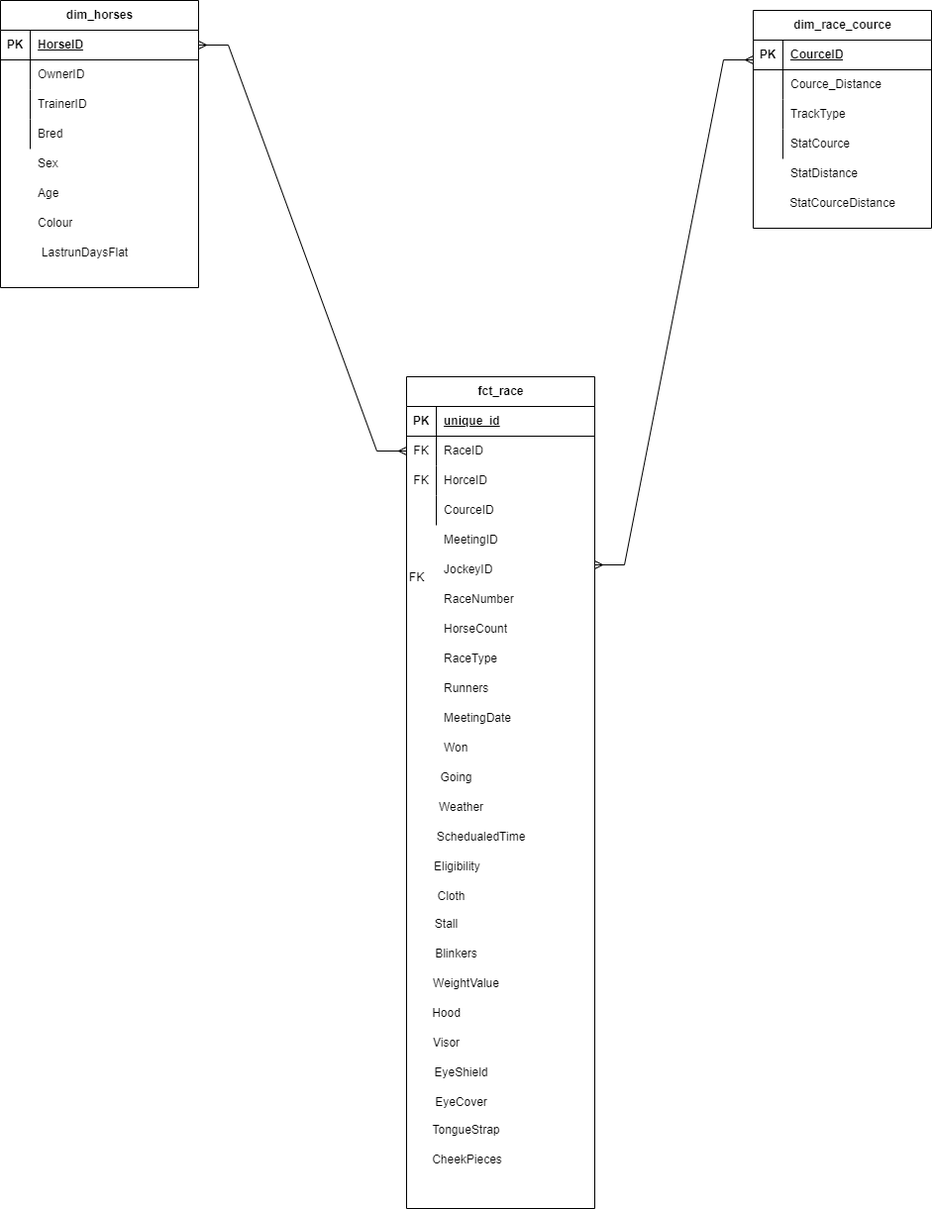
This is Horses_diagram.drawio.png from stiliyana-monev/starling_task, a draw.io export, as it was before one commit. Source tidied: cells renumbered, new cells last; positions are measured from the earlier drawing's top-left corner, leaving out a move shared by most shapes.
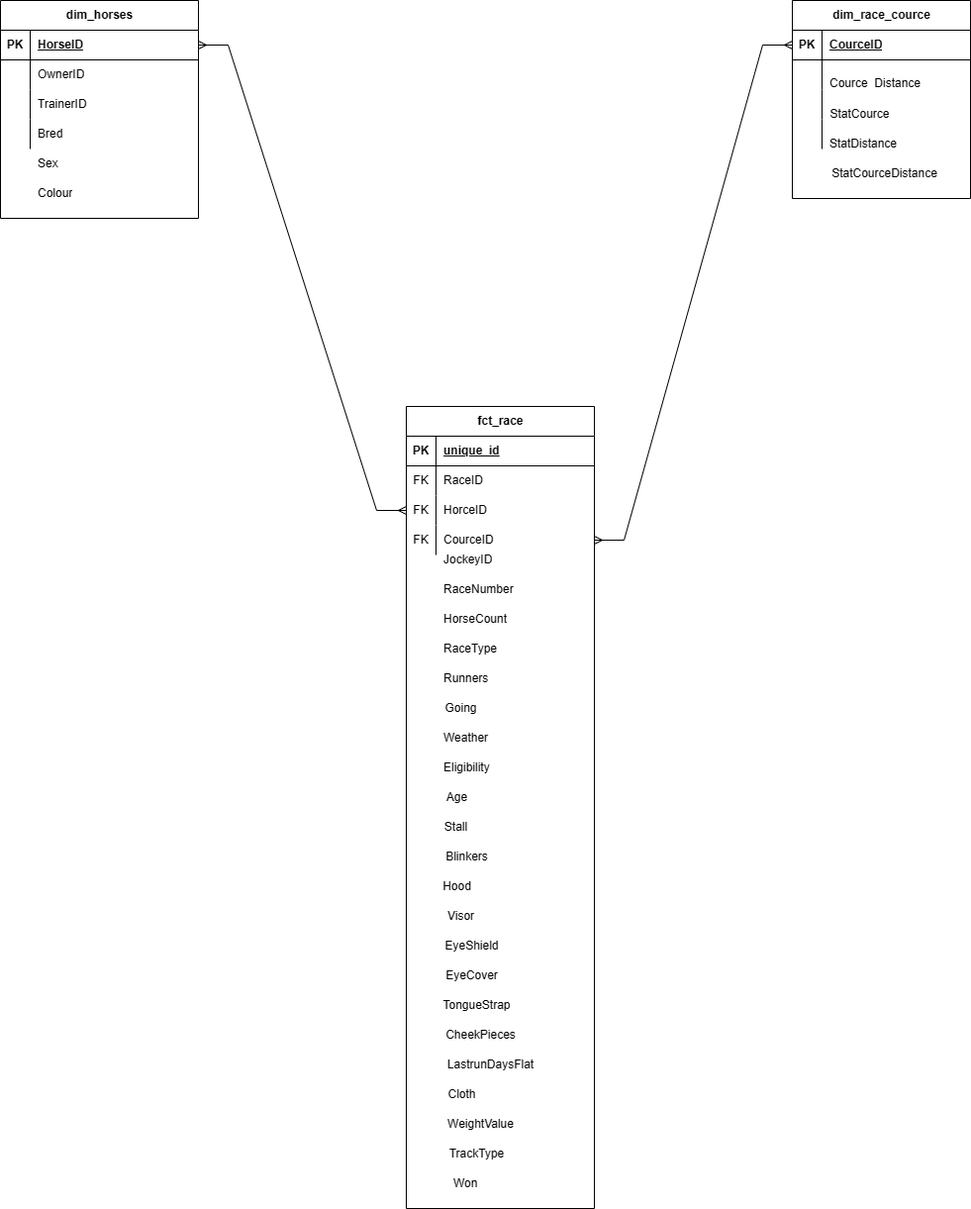
After the commit.

Change to the diagram source:
```diff
@@ -3,7 +3,7 @@
     <mxCell id="0" />
     <mxCell id="1" parent="0" />
     <mxCell id="2" value="dim_horses" style="shape=table;startSize=30;rowLines=0;fontStyle=1;align=center;html=1;" parent="1" vertex="1">
-      <mxGeometry width="200" height="290" as="geometry" />
+      <mxGeometry y="10" width="200" height="220" as="geometry" />
     </mxCell>
     <mxCell id="3" style="shape=tableRow;horizontal=0;startSize=0;swimlaneHead=0;swimlaneBody=0;fillColor=none;points=[[0,0.5],[1,0.5]];portConstraint=eastwest;top=0;left=0;right=0;bottom=1;" parent="2" vertex="1">
       <mxGeometry y="30" width="200" height="30" as="geometry" />
@@ -42,16 +42,16 @@
       <mxGeometry x="30" width="170" height="30" as="geometry" />
     </mxCell>
     <mxCell id="15" value="Bred" style="shape=partialRectangle;fillColor=none;top=0;left=0;bottom=0;right=0;align=left;spacingLeft=6;overflow=hidden;whiteSpace=wrap;html=1;" parent="1" vertex="1">
-      <mxGeometry x="30" y="120" width="170" height="30" as="geometry" />
+      <mxGeometry x="30" y="130" width="170" height="30" as="geometry" />
     </mxCell>
     <mxCell id="16" value="Sex" style="shape=partialRectangle;fillColor=none;top=0;left=0;bottom=0;right=0;align=left;spacingLeft=6;overflow=hidden;whiteSpace=wrap;html=1;" parent="1" vertex="1">
-      <mxGeometry x="30" y="150" width="170" height="30" as="geometry" />
+      <mxGeometry x="30" y="160" width="170" height="30" as="geometry" />
     </mxCell>
     <mxCell id="17" value="Colour" style="shape=partialRectangle;fillColor=none;top=0;left=0;bottom=0;right=0;align=left;spacingLeft=6;overflow=hidden;whiteSpace=wrap;html=1;" parent="1" vertex="1">
-      <mxGeometry x="30" y="210" width="170" height="30" as="geometry" />
+      <mxGeometry x="30" y="190" width="170" height="30" as="geometry" />
     </mxCell>
     <mxCell id="18" value="fct_race" style="shape=table;startSize=30;rowLines=0;fontStyle=1;align=center;html=1;" parent="1" vertex="1">
-      <mxGeometry x="410" y="380" width="190" height="840" as="geometry" />
+      <mxGeometry x="410" y="420" width="190" height="810" as="geometry" />
     </mxCell>
     <mxCell id="19" style="shape=tableRow;horizontal=0;startSize=0;swimlaneHead=0;swimlaneBody=0;fillColor=none;top=0;left=0;right=0;bottom=1;" parent="18" vertex="1">
       <mxGeometry y="30" width="190" height="30" as="geometry" />
@@ -83,15 +83,12 @@
     <mxCell id="28" style="shape=tableRow;horizontal=0;startSize=0;swimlaneHead=0;swimlaneBody=0;fillColor=none;points=[[0,0.5],[1,0.5]];portConstraint=eastwest;top=0;left=0;right=0;bottom=0;" parent="18" vertex="1">
       <mxGeometry y="120" width="190" height="30" as="geometry" />
     </mxCell>
-    <mxCell id="29" style="shape=partialRectangle;fillColor=none;top=0;left=0;bottom=0;right=0;overflow=hidden;whiteSpace=wrap;html=1;" parent="28" vertex="1">
+    <mxCell id="29" value="FK" style="shape=partialRectangle;fillColor=none;top=0;left=0;bottom=0;right=0;overflow=hidden;whiteSpace=wrap;html=1;" parent="28" vertex="1">
       <mxGeometry width="30" height="30" as="geometry" />
     </mxCell>
     <mxCell id="30" value="CourceID" style="shape=partialRectangle;fillColor=none;top=0;left=0;bottom=0;right=0;align=left;spacingLeft=6;overflow=hidden;whiteSpace=wrap;html=1;" parent="28" vertex="1">
       <mxGeometry x="30" width="160" height="30" as="geometry" />
     </mxCell>
-    <mxCell id="31" value="Age" style="shape=partialRectangle;fillColor=none;top=0;left=0;bottom=0;right=0;align=left;spacingLeft=6;overflow=hidden;whiteSpace=wrap;html=1;" parent="1" vertex="1">
-      <mxGeometry x="30" y="170" width="170" height="50" as="geometry" />
-    </mxCell>
     <mxCell id="32" value="RaceNumber" style="shape=partialRectangle;fillColor=none;top=0;left=0;bottom=0;right=0;align=left;spacingLeft=6;overflow=hidden;whiteSpace=wrap;html=1;" parent="1" vertex="1">
       <mxGeometry x="440" y="590" width="160" height="30" as="geometry" />
     </mxCell>
@@ -105,25 +102,22 @@
       <mxGeometry x="440" y="650" width="160" height="30" as="geometry" />
     </mxCell>
     <mxCell id="36" value="Eligibility" style="shape=partialRectangle;fillColor=none;top=0;left=0;bottom=0;right=0;align=left;spacingLeft=6;overflow=hidden;whiteSpace=wrap;html=1;" parent="1" vertex="1">
-      <mxGeometry x="430" y="860" width="160" height="30" as="geometry" />
+      <mxGeometry x="440" y="770" width="160" height="30" as="geometry" />
     </mxCell>
-    <mxCell id="37" value="MeetingDate" style="shape=partialRectangle;fillColor=none;top=0;left=0;bottom=0;right=0;align=left;spacingLeft=6;overflow=hidden;whiteSpace=wrap;html=1;" parent="1" vertex="1">
-      <mxGeometry x="440" y="710" width="160" height="30" as="geometry" />
-    </mxCell>
     <mxCell id="38" value="JockeyID" style="shape=partialRectangle;fillColor=none;top=0;left=0;bottom=0;right=0;align=left;spacingLeft=6;overflow=hidden;whiteSpace=wrap;html=1;" parent="1" vertex="1">
       <mxGeometry x="440" y="560" width="160" height="30" as="geometry" />
     </mxCell>
     <mxCell id="39" value="Won" style="shape=partialRectangle;fillColor=none;top=0;left=0;bottom=0;right=0;align=left;spacingLeft=6;overflow=hidden;whiteSpace=wrap;html=1;" parent="1" vertex="1">
-      <mxGeometry x="440" y="740" width="160" height="30" as="geometry" />
+      <mxGeometry x="450" y="1190" width="160" height="30" as="geometry" />
     </mxCell>
     <mxCell id="40" value="Going" style="text;html=1;align=center;verticalAlign=middle;strokeColor=none;fillColor=none;" parent="1" vertex="1">
-      <mxGeometry x="430" y="770" width="60" height="30" as="geometry" />
+      <mxGeometry x="435" y="710" width="60" height="30" as="geometry" />
     </mxCell>
     <mxCell id="41" value="Weather" style="text;html=1;align=center;verticalAlign=middle;strokeColor=none;fillColor=none;" parent="1" vertex="1">
-      <mxGeometry x="430" y="800" width="70" height="30" as="geometry" />
+      <mxGeometry x="435" y="740" width="70" height="30" as="geometry" />
     </mxCell>
     <mxCell id="42" value="dim_race_cource" style="shape=table;startSize=30;rowLines=0;fontStyle=1;align=center;html=1;" parent="1" vertex="1">
-      <mxGeometry x="760" y="10" width="180" height="220" as="geometry" />
+      <mxGeometry x="800" y="10" width="180" height="200" as="geometry" />
     </mxCell>
     <mxCell id="43" style="shape=tableRow;horizontal=0;startSize=0;swimlaneHead=0;swimlaneBody=0;fillColor=none;points=[[0,0.5],[1,0.5]];portConstraint=eastwest;top=0;left=0;right=0;bottom=1;" parent="42" vertex="1">
       <mxGeometry y="30" width="180" height="30" as="geometry" />
@@ -140,7 +134,7 @@
     <mxCell id="47" style="shape=partialRectangle;fillColor=none;top=0;left=0;bottom=0;right=0;overflow=hidden;whiteSpace=wrap;html=1;" parent="46" vertex="1">
       <mxGeometry width="30" height="30" as="geometry" />
     </mxCell>
-    <mxCell id="48" value="Cource_Distance" style="shape=partialRectangle;fillColor=none;top=0;left=0;bottom=0;right=0;align=left;spacingLeft=6;overflow=hidden;whiteSpace=wrap;html=1;" parent="46" vertex="1">
+    <mxCell id="48" value="&lt;br&gt;Cource_Distance" style="shape=partialRectangle;fillColor=none;top=0;left=0;bottom=0;right=0;align=left;spacingLeft=6;overflow=hidden;whiteSpace=wrap;html=1;" parent="46" vertex="1">
       <mxGeometry x="30" width="150" height="30" as="geometry" />
     </mxCell>
     <mxCell id="49" style="shape=tableRow;horizontal=0;startSize=0;swimlaneHead=0;swimlaneBody=0;fillColor=none;top=0;left=0;right=0;bottom=0;" parent="42" vertex="1">
@@ -149,7 +143,7 @@
     <mxCell id="50" style="shape=partialRectangle;fillColor=none;top=0;left=0;bottom=0;right=0;overflow=hidden;whiteSpace=wrap;html=1;" parent="49" vertex="1">
       <mxGeometry width="30" height="30" as="geometry" />
     </mxCell>
-    <mxCell id="51" value="TrackType" style="shape=partialRectangle;fillColor=none;top=0;left=0;bottom=0;right=0;align=left;spacingLeft=6;overflow=hidden;whiteSpace=wrap;html=1;" parent="49" vertex="1">
+    <mxCell id="51" style="shape=partialRectangle;fillColor=none;top=0;left=0;bottom=0;right=0;align=left;spacingLeft=6;overflow=hidden;whiteSpace=wrap;html=1;" parent="49" vertex="1">
       <mxGeometry x="30" width="150" height="30" as="geometry" />
     </mxCell>
     <mxCell id="52" style="shape=tableRow;horizontal=0;startSize=0;swimlaneHead=0;swimlaneBody=0;fillColor=none;top=0;left=0;right=0;bottom=0;" parent="42" vertex="1">
@@ -158,12 +152,9 @@
     <mxCell id="53" style="shape=partialRectangle;fillColor=none;top=0;left=0;bottom=0;right=0;overflow=hidden;whiteSpace=wrap;html=1;" parent="52" vertex="1">
       <mxGeometry width="30" height="30" as="geometry" />
     </mxCell>
-    <mxCell id="54" value="StatCource" style="shape=partialRectangle;fillColor=none;top=0;left=0;bottom=0;right=0;align=left;spacingLeft=6;overflow=hidden;whiteSpace=wrap;html=1;" parent="52" vertex="1">
+    <mxCell id="54" style="shape=partialRectangle;fillColor=none;top=0;left=0;bottom=0;right=0;align=left;spacingLeft=6;overflow=hidden;whiteSpace=wrap;html=1;" parent="52" vertex="1">
       <mxGeometry x="30" width="150" height="30" as="geometry" />
     </mxCell>
-    <mxCell id="55" value="SchedualedTime" style="text;html=1;align=center;verticalAlign=middle;strokeColor=none;fillColor=none;" parent="1" vertex="1">
-      <mxGeometry x="430" y="830" width="110" height="30" as="geometry" />
-    </mxCell>
     <mxCell id="56" style="shape=tableRow;horizontal=0;startSize=0;swimlaneHead=0;swimlaneBody=0;fillColor=none;top=0;left=0;right=0;bottom=0;" parent="1" vertex="1">
       <mxGeometry x="640" y="150" width="180" height="30" as="geometry" />
     </mxCell>
@@ -171,58 +162,61 @@
       <mxGeometry width="30" height="30" as="geometry" />
     </mxCell>
     <mxCell id="58" value="StatCourceDistance" style="text;html=1;align=center;verticalAlign=middle;strokeColor=none;fillColor=none;" parent="1" vertex="1">
-      <mxGeometry x="785" y="190" width="130" height="30" as="geometry" />
+      <mxGeometry x="828" y="170" width="130" height="30" as="geometry" />
     </mxCell>
-    <mxCell id="59" style="edgeStyle=entityRelationEdgeStyle;fontSize=12;html=1;endArrow=ERmany;startArrow=ERmany;rounded=0;exitX=1;exitY=0.5;exitDx=0;exitDy=0;entryX=0;entryY=0.5;entryDx=0;entryDy=0;" parent="1" edge="1" source="3" target="22">
+    <mxCell id="59" style="edgeStyle=entityRelationEdgeStyle;fontSize=12;html=1;endArrow=ERmany;startArrow=ERmany;rounded=0;exitX=1;exitY=0.5;exitDx=0;exitDy=0;entryX=0;entryY=0.5;entryDx=0;entryDy=0;" parent="1" edge="1" source="3" target="25">
       <mxGeometry relative="1" as="geometry" />
     </mxCell>
     <mxCell id="60" value="StatDistance" style="shape=partialRectangle;fillColor=none;top=0;left=0;bottom=0;right=0;align=left;spacingLeft=6;overflow=hidden;whiteSpace=wrap;html=1;" parent="1" vertex="1">
-      <mxGeometry x="790" y="160" width="150" height="30" as="geometry" />
+      <mxGeometry x="830" y="140" width="150" height="30" as="geometry" />
     </mxCell>
-    <mxCell id="61" style="edgeStyle=entityRelationEdgeStyle;fontSize=12;html=1;endArrow=ERmany;startArrow=ERmany;rounded=0;" parent="1" edge="1">
-      <mxGeometry relative="1" as="geometry">
-        <mxPoint x="600" y="570" as="sourcePoint" />
-        <mxPoint x="760" y="60" as="targetPoint" />
-      </mxGeometry>
+    <mxCell id="61" style="edgeStyle=entityRelationEdgeStyle;fontSize=12;html=1;endArrow=ERmany;startArrow=ERmany;rounded=0;exitX=1;exitY=0.5;exitDx=0;exitDy=0;entryX=0;entryY=0.5;entryDx=0;entryDy=0;" parent="1" edge="1" source="28" target="43">
+      <mxGeometry relative="1" as="geometry" />
     </mxCell>
-    <mxCell id="62" value="FK" style="text;html=1;align=center;verticalAlign=middle;strokeColor=none;fillColor=none;" parent="1" vertex="1">
-      <mxGeometry x="400" y="568" width="40" height="30" as="geometry" />
-    </mxCell>
-    <mxCell id="63" value="LastrunDaysFlat" style="text;html=1;align=center;verticalAlign=middle;strokeColor=none;fillColor=none;" parent="1" vertex="1">
-      <mxGeometry x="30" y="240" width="110" height="30" as="geometry" />
-    </mxCell>
     <mxCell id="64" value="Cloth" style="text;html=1;align=center;verticalAlign=middle;strokeColor=none;fillColor=none;" parent="1" vertex="1">
-      <mxGeometry x="430" y="890" width="50" height="30" as="geometry" />
+      <mxGeometry x="441" y="1100" width="50" height="30" as="geometry" />
     </mxCell>
     <mxCell id="65" value="Stall" style="text;html=1;align=center;verticalAlign=middle;strokeColor=none;fillColor=none;" parent="1" vertex="1">
-      <mxGeometry x="425" y="918" width="50" height="30" as="geometry" />
+      <mxGeometry x="435" y="830" width="50" height="30" as="geometry" />
     </mxCell>
     <mxCell id="66" value="Blinkers" style="text;html=1;align=center;verticalAlign=middle;strokeColor=none;fillColor=none;" parent="1" vertex="1">
-      <mxGeometry x="425" y="948" width="70" height="30" as="geometry" />
+      <mxGeometry x="436" y="860" width="70" height="30" as="geometry" />
     </mxCell>
     <mxCell id="67" value="&lt;span style=&quot;text-align: left; text-wrap: wrap;&quot;&gt;WeightValue&lt;/span&gt;" style="text;html=1;align=center;verticalAlign=middle;strokeColor=none;fillColor=none;" parent="1" vertex="1">
-      <mxGeometry x="425" y="978" width="90" height="30" as="geometry" />
+      <mxGeometry x="440" y="1130" width="90" height="30" as="geometry" />
     </mxCell>
     <mxCell id="68" value="Hood" style="text;html=1;align=center;verticalAlign=middle;strokeColor=none;fillColor=none;" parent="1" vertex="1">
-      <mxGeometry x="425" y="1008" width="50" height="30" as="geometry" />
+      <mxGeometry x="436" y="890" width="50" height="30" as="geometry" />
     </mxCell>
     <mxCell id="69" value="Visor" style="text;html=1;align=center;verticalAlign=middle;strokeColor=none;fillColor=none;" parent="1" vertex="1">
-      <mxGeometry x="425" y="1038" width="50" height="30" as="geometry" />
+      <mxGeometry x="440" y="920" width="50" height="30" as="geometry" />
     </mxCell>
     <mxCell id="70" value="EyeShield" style="text;html=1;align=center;verticalAlign=middle;strokeColor=none;fillColor=none;" parent="1" vertex="1">
-      <mxGeometry x="425" y="1068" width="80" height="30" as="geometry" />
+      <mxGeometry x="436" y="950" width="80" height="30" as="geometry" />
     </mxCell>
     <mxCell id="71" value="EyeCover" style="text;html=1;align=center;verticalAlign=middle;strokeColor=none;fillColor=none;" parent="1" vertex="1">
-      <mxGeometry x="425" y="1098" width="80" height="30" as="geometry" />
+      <mxGeometry x="436" y="980" width="80" height="30" as="geometry" />
     </mxCell>
     <mxCell id="72" value="TongueStrap" style="text;html=1;align=center;verticalAlign=middle;strokeColor=none;fillColor=none;" parent="1" vertex="1">
-      <mxGeometry x="425" y="1126" width="90" height="30" as="geometry" />
+      <mxGeometry x="436" y="1010" width="90" height="30" as="geometry" />
     </mxCell>
     <mxCell id="73" value="CheekPieces" style="text;html=1;align=center;verticalAlign=middle;strokeColor=none;fillColor=none;" parent="1" vertex="1">
-      <mxGeometry x="426" y="1156" width="90" height="30" as="geometry" />
+      <mxGeometry x="440" y="1040" width="90" height="30" as="geometry" />
     </mxCell>
-    <mxCell id="74" value="MeetingID" style="shape=partialRectangle;fillColor=none;top=0;left=0;bottom=0;right=0;align=left;spacingLeft=6;overflow=hidden;whiteSpace=wrap;html=1;" parent="1" vertex="1">
+    <mxCell id="74" style="shape=partialRectangle;fillColor=none;top=0;left=0;bottom=0;right=0;align=left;spacingLeft=6;overflow=hidden;whiteSpace=wrap;html=1;" parent="1" vertex="1">
       <mxGeometry x="440" y="530" width="160" height="30" as="geometry" />
     </mxCell>
+    <mxCell id="63" value="LastrunDaysFlat" style="text;html=1;align=center;verticalAlign=middle;strokeColor=none;fillColor=none;" parent="1" vertex="1">
+      <mxGeometry x="440" y="1070" width="110" height="30" as="geometry" />
+    </mxCell>
+    <mxCell id="31" value="Age" style="text;html=1;align=center;verticalAlign=middle;strokeColor=none;fillColor=none;" parent="1" vertex="1">
+      <mxGeometry x="441" y="800" width="40" height="30" as="geometry" />
+    </mxCell>
+    <mxCell id="75" value="&lt;span style=&quot;text-align: left; text-wrap: wrap;&quot;&gt;StatCource&lt;/span&gt;" style="text;html=1;align=center;verticalAlign=middle;strokeColor=none;fillColor=none;" parent="1" vertex="1">
+      <mxGeometry x="828" y="110" width="80" height="30" as="geometry" />
+    </mxCell>
+    <mxCell id="76" value="&lt;span style=&quot;text-align: left; text-wrap: wrap;&quot;&gt;TrackType&lt;/span&gt;" style="text;html=1;align=center;verticalAlign=middle;strokeColor=none;fillColor=none;" parent="1" vertex="1">
+      <mxGeometry x="441" y="1160" width="80" height="30" as="geometry" />
+    </mxCell>
   </root>
 </mxGraphModel>
```
